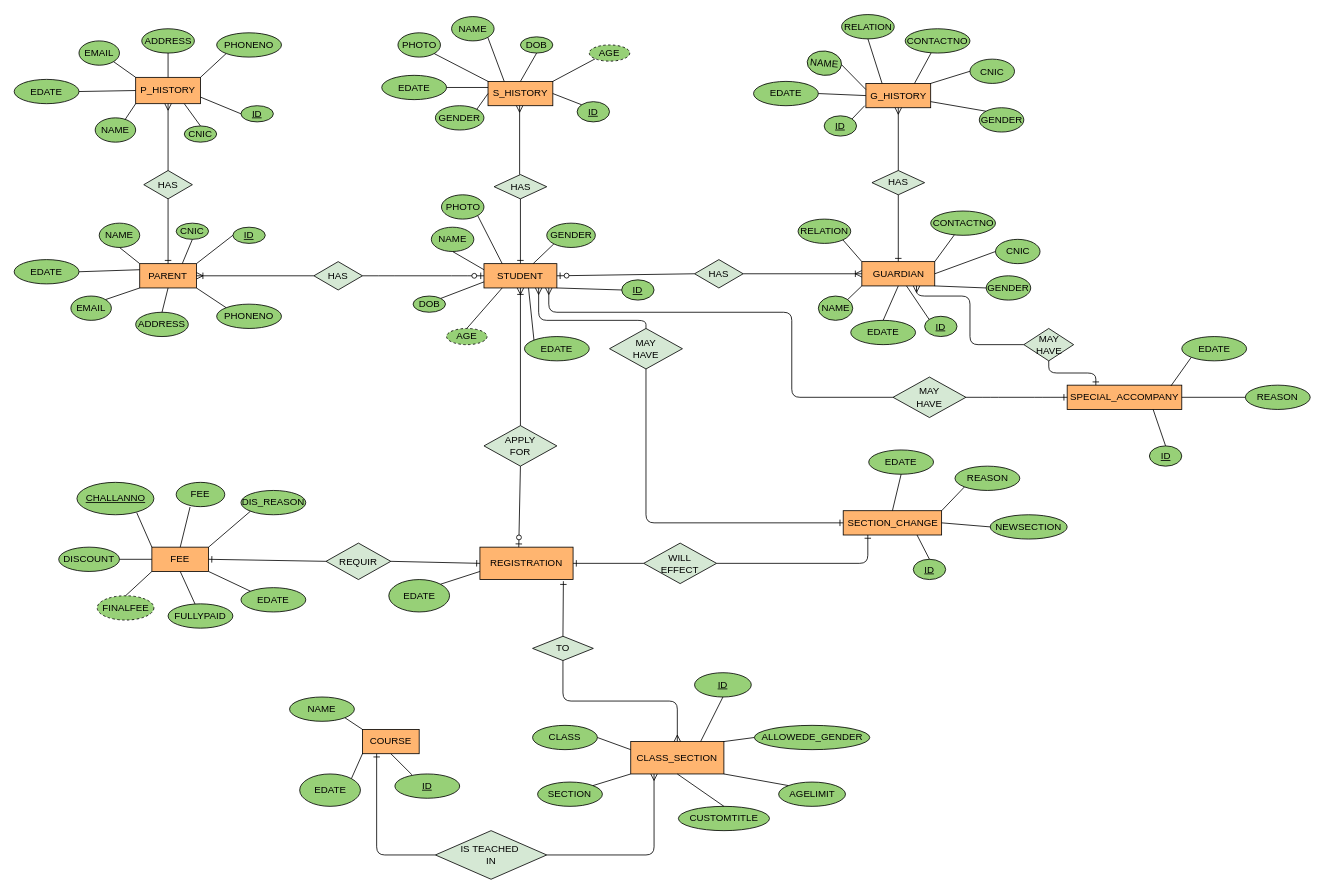
The draw.io diagram erd/erd.drawio in AhmadRiaz172/SchoolManagmnetSystem, before the edit. Source tidied: cells renumbered, new cells numbered last; positions are measured from the earlier drawing's top-left corner, leaving out a move shared by most shapes. Both pictures are drawn from the tidied source at 81%, with x=0, y=0 at pixel (14, 14).
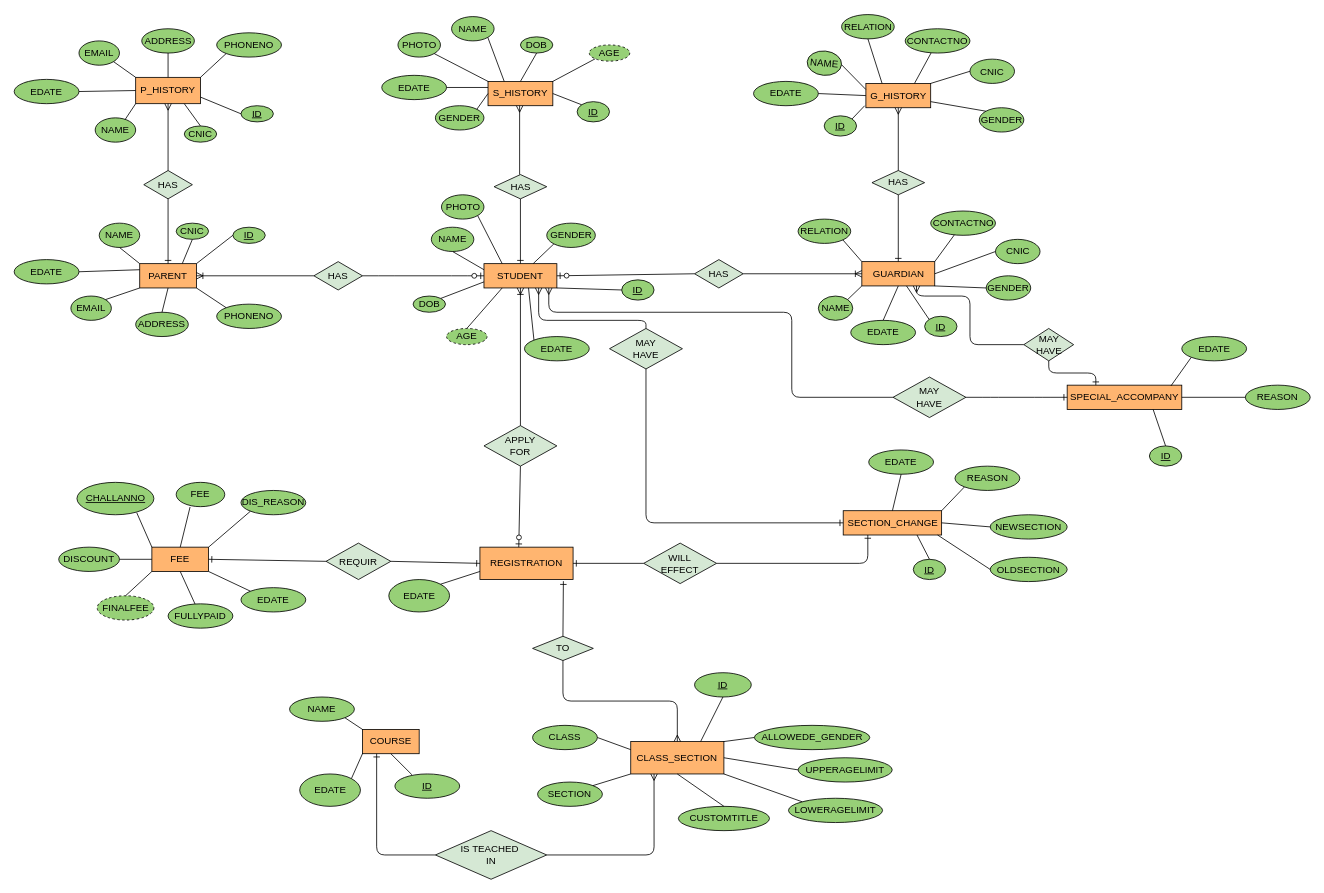
The same page after the edit.

Commit message (it also covers changes not shown here):
erd and ddr updated

The change refers to these unchanged cells:
```xml
<mxCell id="111" value="CLASS_SECTION" style="whiteSpace=wrap;html=1;align=center;fillColor=#FFB570;" parent="1" vertex="1">
  <mxGeometry x="761.2" y="898" width="115" height="40" as="geometry" />
</mxCell>
<mxCell id="151" value="SECTION_CHANGE" style="whiteSpace=wrap;html=1;align=center;fillColor=#FFB570;" parent="1" vertex="1">
  <mxGeometry x="1023.5" y="613" width="121.5" height="30" as="geometry" />
</mxCell>
```

What changed in the source:
```diff
@@
-    <mxCell id="116" value="AGELIMIT" style="ellipse;whiteSpace=wrap;html=1;align=center;fillColor=#97D077;" parent="1" vertex="1">
-      <mxGeometry x="943.8" y="948" width="82.5" height="30" as="geometry" />
+    <mxCell id="116" value="LOWERAGELIMIT" style="ellipse;whiteSpace=wrap;html=1;align=center;fillColor=#97D077;" parent="1" vertex="1">
+      <mxGeometry x="955.9" y="968" width="116.2" height="30" as="geometry" />
     </mxCell>
@@
+    <mxCell id="185" value="UPPERAGELIMIT" style="ellipse;whiteSpace=wrap;html=1;align=center;fillColor=#97D077;" parent="1" vertex="1">
+      <mxGeometry x="967.8" y="918" width="116.2" height="30" as="geometry" />
+    </mxCell>
+    <mxCell id="186" style="endArrow=none;html=1;rounded=0;exitX=0;exitY=0.5;exitDx=0;exitDy=0;entryX=1;entryY=0.5;entryDx=0;entryDy=0;" parent="1" edge="1" source="185" target="111">
+      <mxGeometry relative="1" as="geometry" />
+    </mxCell>
+    <mxCell id="187" value="OLDSECTION" style="ellipse;whiteSpace=wrap;html=1;align=center;fillColor=#97D077;" parent="1" vertex="1">
+      <mxGeometry x="1205" y="670.5" width="95" height="30" as="geometry" />
+    </mxCell>
+    <mxCell id="188" style="endArrow=none;html=1;rounded=0;exitX=0;exitY=0.5;exitDx=0;exitDy=0;entryX=0.959;entryY=1;entryDx=0;entryDy=0;entryPerimeter=0;" parent="1" edge="1" source="187" target="151">
+      <mxGeometry relative="1" as="geometry" />
+    </mxCell>
```
